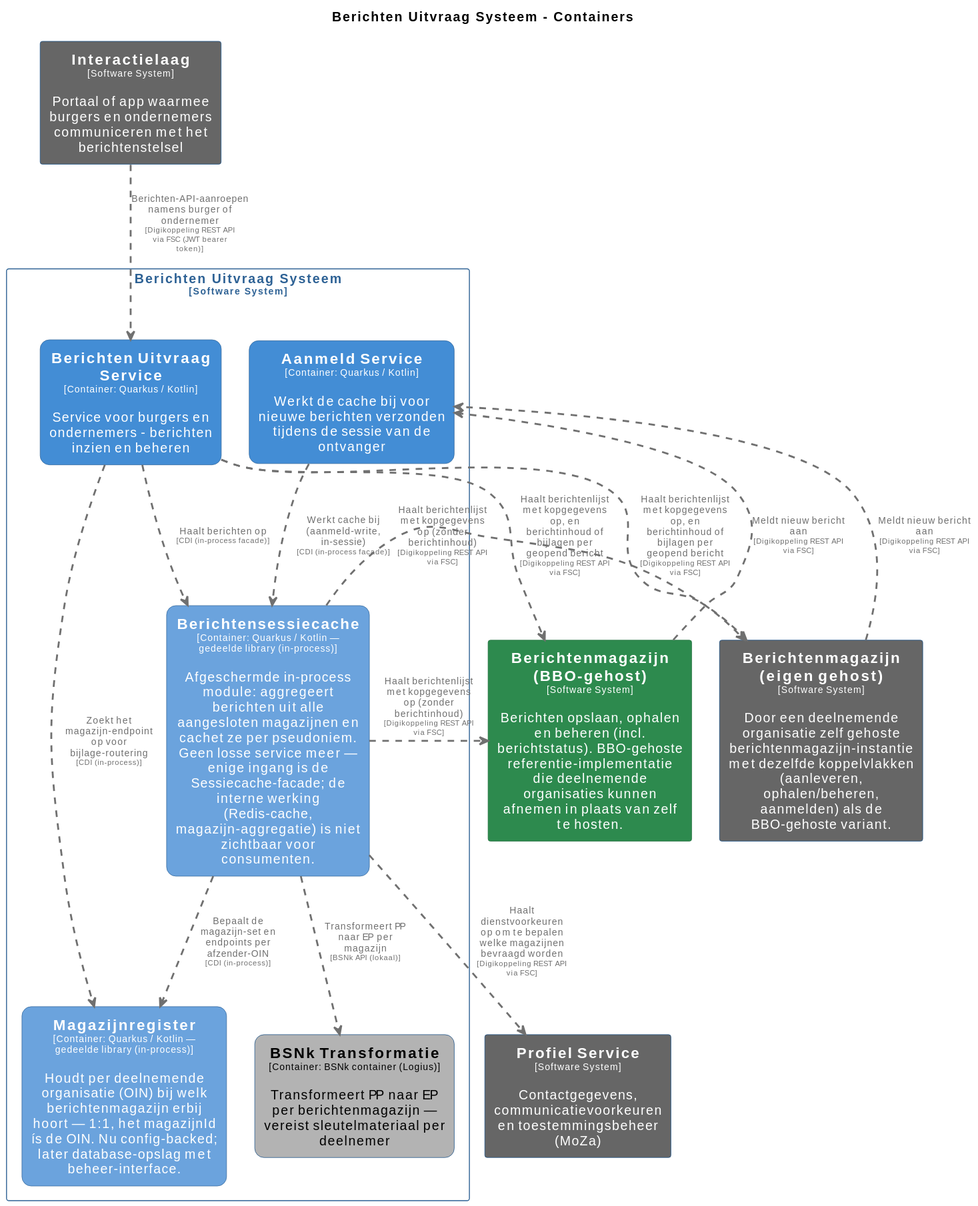
This is pr-preview/pr-393/master/svg/BerichtenUitvraagSysteemContainers.svg from MinBZK/moza-poc-fbs-berichtenbox, a PlantUML export, as it was before one commit. Its source is kept beside it as pr-preview/pr-393/master/puml/BerichtenUitvraagSysteemContainers.puml.
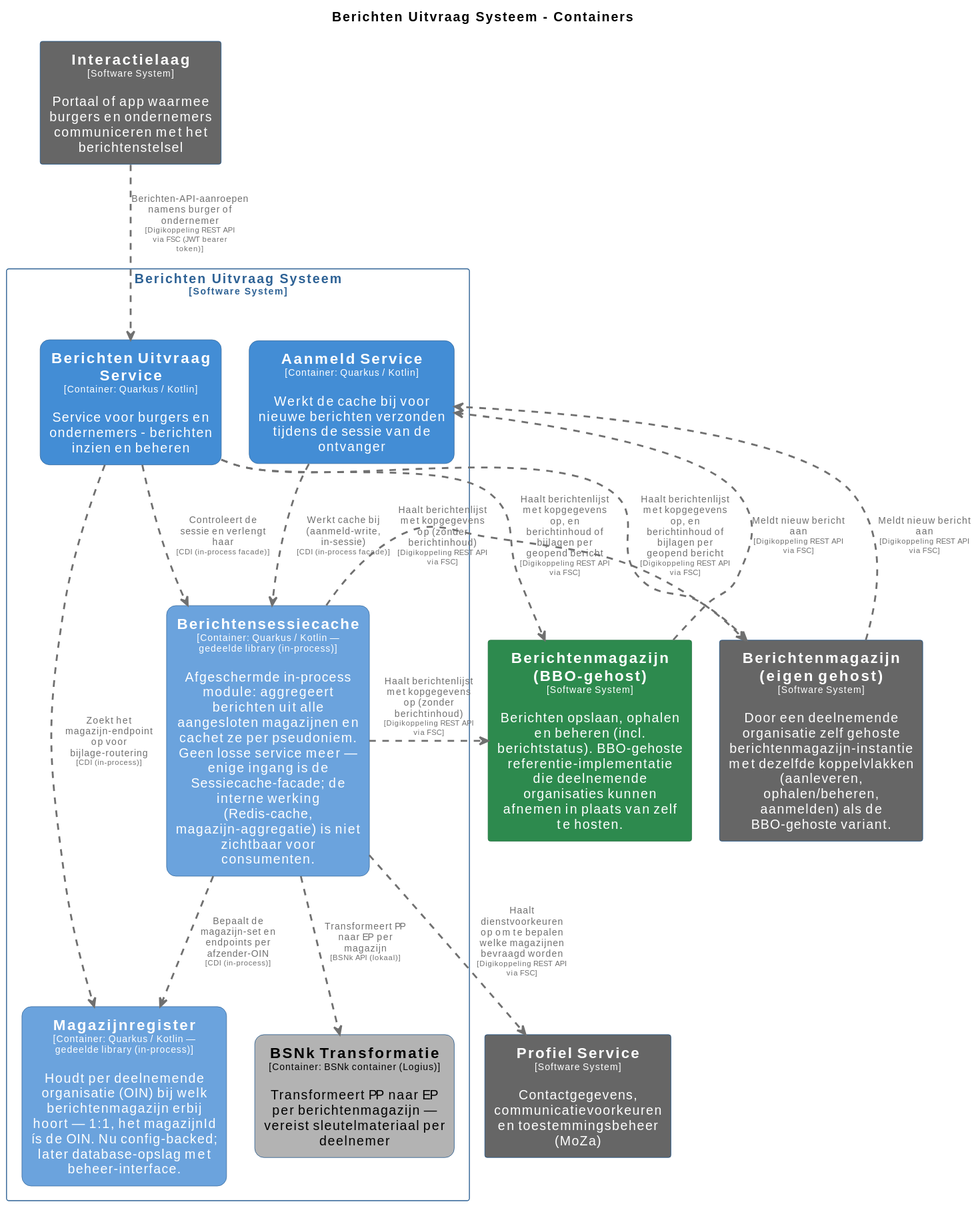
The same diagram one commit later.

Change to the diagram source:
```diff
@@ -93,6 +93,9 @@
   rectangle "==Magazijnregister\n<size:10>[Container: Quarkus / Kotlin — gedeelde library (in-process)]</size>\n\nHoudt per deelnemende organisatie (OIN) bij welk berichtenmagazijn erbij hoort — 1:1, het magazijnId ís de OIN. Nu config-backed; later database-opslag met beheer-interface." <<BerichtenUitvraagSysteem.Magazijnregister>> as BerichtenUitvraagSysteem.Magazijnregister
 }
 
+BerichtenUitvraagSysteem.BerichtenUitvraagService .[#707070,thickness=2].> BerichtenUitvraagSysteem.Berichtensessiecache : "<color:#707070>Controleert de sessie en verlengt haar\n<color:#707070><size:8>[CDI (in-process facade)]</size>"
+BerichtenUitvraagSysteem.Berichtensessiecache .[#707070,thickness=2].> BerichtenUitvraagSysteem.Magazijnregister : "<color:#707070>Bepaalt de magazijn-set en endpoints per afzender-OIN\n<color:#707070><size:8>[CDI (in-process)]</size>"
+BerichtenUitvraagSysteem.BerichtenUitvraagService .[#707070,thickness=2].> BerichtenUitvraagSysteem.Magazijnregister : "<color:#707070>Zoekt het magazijn-endpoint op voor bijlage-routering\n<color:#707070><size:8>[CDI (in-process)]</size>"
 Interactielaag .[#707070,thickness=2].> BerichtenUitvraagSysteem.BerichtenUitvraagService : "<color:#707070>Berichten-API-aanroepen namens burger of ondernemer\n<color:#707070><size:8>[Digikoppeling REST API via FSC (JWT bearer token)]</size>"
 BerichtenUitvraagSysteem.BerichtenUitvraagService .[#707070,thickness=2].> BerichtenmagazijnBBOgehost : "<color:#707070>Haalt berichtenlijst met kopgegevens op, en berichtinhoud of bijlagen per geopend bericht\n<color:#707070><size:8>[Digikoppeling REST API via FSC]</size>"
 BerichtenmagazijnBBOgehost .[#707070,thickness=2].> BerichtenUitvraagSysteem.AanmeldService : "<color:#707070>Meldt nieuw bericht aan\n<color:#707070><size:8>[Digikoppeling REST API via FSC]</size>"
@@ -103,7 +106,4 @@
 BerichtenUitvraagSysteem.Berichtensessiecache .[#707070,thickness=2].> BerichtenmagazijnBBOgehost : "<color:#707070>Haalt berichtenlijst met kopgegevens op (zonder berichtinhoud)\n<color:#707070><size:8>[Digikoppeling REST API via FSC]</size>"
 BerichtenUitvraagSysteem.Berichtensessiecache .[#707070,thickness=2].> BerichtenUitvraagSysteem.BSNkTransformatie : "<color:#707070>Transformeert PP naar EP per magazijn\n<color:#707070><size:8>[BSNk API (lokaal)]</size>"
 BerichtenUitvraagSysteem.AanmeldService .[#707070,thickness=2].> BerichtenUitvraagSysteem.Berichtensessiecache : "<color:#707070>Werkt cache bij (aanmeld-write, in-sessie)\n<color:#707070><size:8>[CDI (in-process facade)]</size>"
-BerichtenUitvraagSysteem.BerichtenUitvraagService .[#707070,thickness=2].> BerichtenUitvraagSysteem.Berichtensessiecache : "<color:#707070>Haalt berichten op\n<color:#707070><size:8>[CDI (in-process facade)]</size>"
-BerichtenUitvraagSysteem.Berichtensessiecache .[#707070,thickness=2].> BerichtenUitvraagSysteem.Magazijnregister : "<color:#707070>Bepaalt de magazijn-set en endpoints per afzender-OIN\n<color:#707070><size:8>[CDI (in-process)]</size>"
-BerichtenUitvraagSysteem.BerichtenUitvraagService .[#707070,thickness=2].> BerichtenUitvraagSysteem.Magazijnregister : "<color:#707070>Zoekt het magazijn-endpoint op voor bijlage-routering\n<color:#707070><size:8>[CDI (in-process)]</size>"
 @enduml
```
